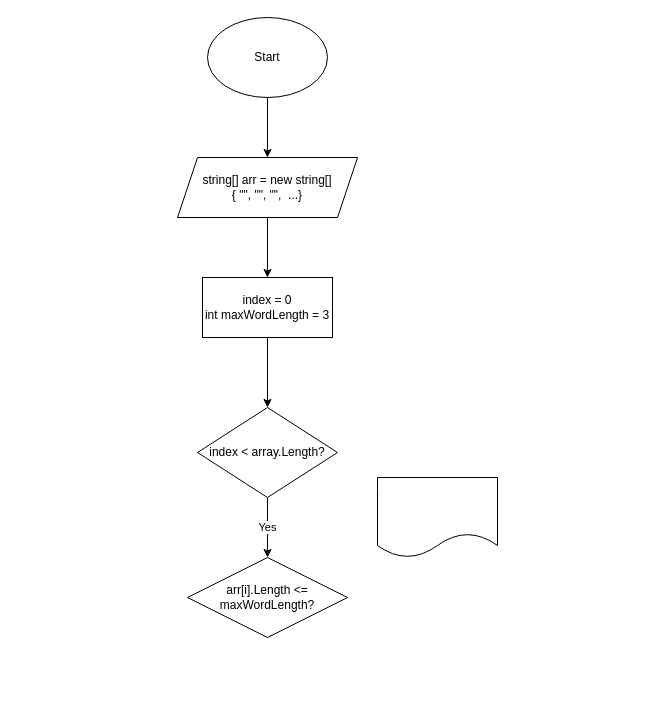
The draw.io diagram Task/block_diagram.drawio in MargaritaKharokhorina/FinalTask, before the edit. Source tidied: cells renumbered, new cells numbered last; positions are measured from the earlier drawing's top-left corner, leaving out a move shared by most shapes. Both pictures are drawn from the tidied source at 100%, with x=0, y=0 at pixel (177, 17).
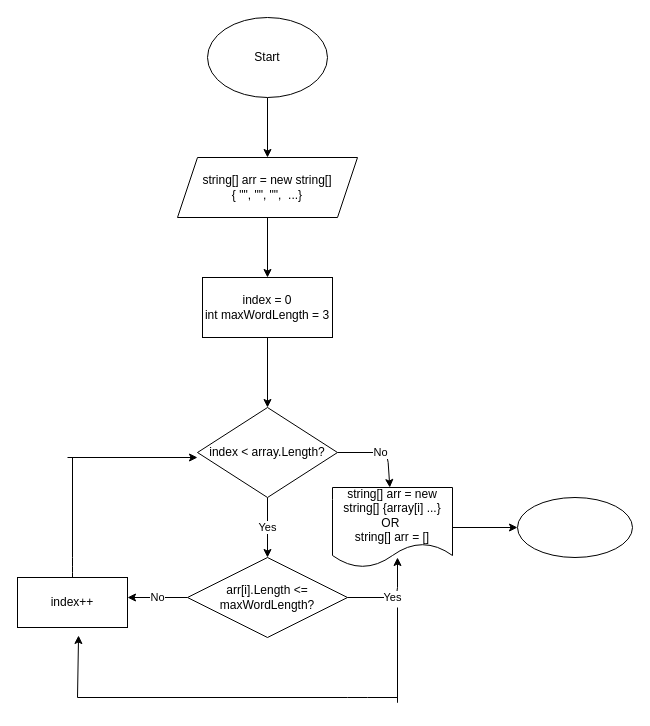
After the change.

Commit message:
Block diagram of the algorithm

Unchanged cells that the change refers to:
```xml
<mxCell id="9" value="index &amp;lt; array.Length?" style="rhombus;whiteSpace=wrap;html=1;" parent="1" vertex="1">
  <mxGeometry x="20" y="390" width="140" height="90" as="geometry" />
</mxCell>
<mxCell id="10" value="arr[i].Length &amp;lt;= maxWordLength?" style="rhombus;whiteSpace=wrap;html=1;" parent="1" vertex="1">
  <mxGeometry x="10" y="540" width="160" height="80" as="geometry" />
</mxCell>
```

Change to the diagram source:
```diff
@@
+    <mxCell id="12" value="No" style="edgeStyle=none;html=1;" parent="1" edge="1" source="9" target="11">
+      <mxGeometry relative="1" as="geometry">
+        <Array as="points">
+          <mxPoint x="210" y="435" />
+        </Array>
+      </mxGeometry>
+    </mxCell>
@@
+    <mxCell id="13" value="No" style="edgeStyle=none;html=1;" parent="1" edge="1" source="10">
+      <mxGeometry relative="1" as="geometry">
+        <mxPoint x="-50" y="580" as="targetPoint" />
+      </mxGeometry>
+    </mxCell>
@@
+    <mxCell id="14" style="edgeStyle=none;html=1;" parent="1" edge="1" source="11">
+      <mxGeometry relative="1" as="geometry">
+        <mxPoint x="340" y="510" as="targetPoint" />
+      </mxGeometry>
+    </mxCell>
-    <mxCell id="11" style="shape=document;whiteSpace=wrap;html=1;boundedLbl=1;" parent="1" vertex="1">
-      <mxGeometry x="200" y="460" width="120" height="80" as="geometry" />
+    <mxCell id="11" value="&lt;div&gt;string[] arr = new string[] {array[i] ...}&lt;/div&gt;&lt;div&gt;OR&amp;nbsp;&lt;/div&gt;&lt;div&gt;string[] arr = []&lt;/div&gt;" style="shape=document;whiteSpace=wrap;html=1;boundedLbl=1;" parent="1" vertex="1">
+      <mxGeometry x="155" y="470" width="120" height="80" as="geometry" />
     </mxCell>
+    <mxCell id="15" value="Yes" style="endArrow=classic;html=1;" parent="1" edge="1">
+      <mxGeometry relative="1" as="geometry">
+        <mxPoint x="170" y="580" as="sourcePoint" />
+        <mxPoint x="220" y="540" as="targetPoint" />
+        <Array as="points">
+          <mxPoint x="220" y="580" />
+        </Array>
+      </mxGeometry>
+    </mxCell>
+    <mxCell id="16" value="index++" style="rounded=0;whiteSpace=wrap;html=1;" parent="1" vertex="1">
+      <mxGeometry x="-160" y="560" width="110" height="50" as="geometry" />
+    </mxCell>
+    <mxCell id="17" style="endArrow=none;html=1;" parent="1" edge="1">
+      <mxGeometry relative="1" as="geometry">
+        <mxPoint x="220" y="660" as="sourcePoint" />
+        <mxPoint x="220" y="590" as="targetPoint" />
+        <Array as="points">
+          <mxPoint x="220" y="690" />
+        </Array>
+      </mxGeometry>
+    </mxCell>
+    <mxCell id="18" style="endArrow=none;html=1;" parent="1" edge="1">
+      <mxGeometry relative="1" as="geometry">
+        <mxPoint x="-100" y="680" as="sourcePoint" />
+        <mxPoint x="220" y="680" as="targetPoint" />
+        <Array as="points">
+          <mxPoint x="180" y="680" />
+        </Array>
+      </mxGeometry>
+    </mxCell>
+    <mxCell id="19" style="endArrow=classic;html=1;entryX=0.555;entryY=1.16;entryDx=0;entryDy=0;entryPerimeter=0;" parent="1" edge="1" target="16">
+      <mxGeometry relative="1" as="geometry">
+        <mxPoint x="-100" y="680" as="sourcePoint" />
+      </mxGeometry>
+    </mxCell>
+    <mxCell id="20" style="endArrow=none;html=1;exitX=0.5;exitY=0;exitDx=0;exitDy=0;" parent="1" edge="1" source="16">
+      <mxGeometry relative="1" as="geometry">
+        <mxPoint x="-105" y="440" as="targetPoint" />
+        <Array as="points">
+          <mxPoint x="-105" y="550" />
+        </Array>
+      </mxGeometry>
+    </mxCell>
+    <mxCell id="21" style="endArrow=classic;html=1;" parent="1" edge="1">
+      <mxGeometry relative="1" as="geometry">
+        <mxPoint x="-110" y="440" as="sourcePoint" />
+        <mxPoint x="20" y="440" as="targetPoint" />
+      </mxGeometry>
+    </mxCell>
+    <mxCell id="22" style="ellipse;whiteSpace=wrap;html=1;" parent="1" vertex="1">
+      <mxGeometry x="340" y="480" width="115" height="60" as="geometry" />
+    </mxCell>
```
